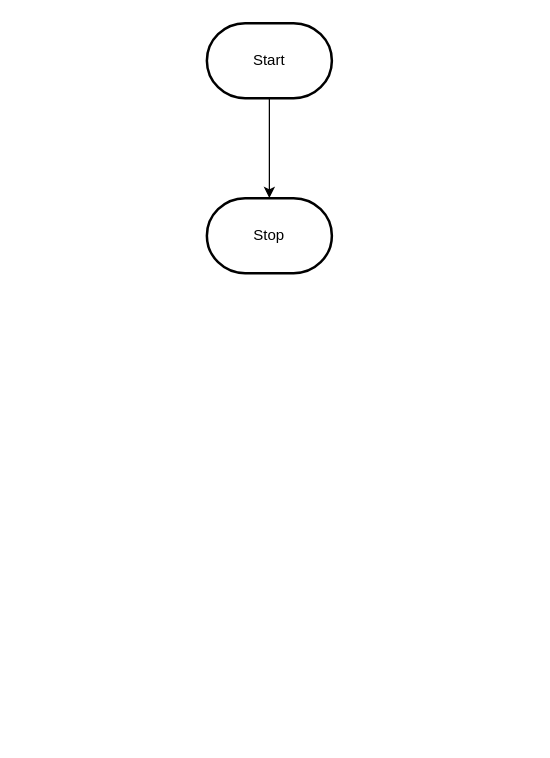
Before: design/flowchart.drawio in MTHS-ICD2O-1-2023/ICD2O-Unit-5-02-pablo-fiallos-granados, a draw.io diagram. Source tidied: cells renumbered, new cells numbered last; positions are measured from the earlier drawing's top-left corner, leaving out a move shared by most shapes. Both pictures are drawn from the tidied source at 125%, with x=0, y=0 at pixel (206, 22).
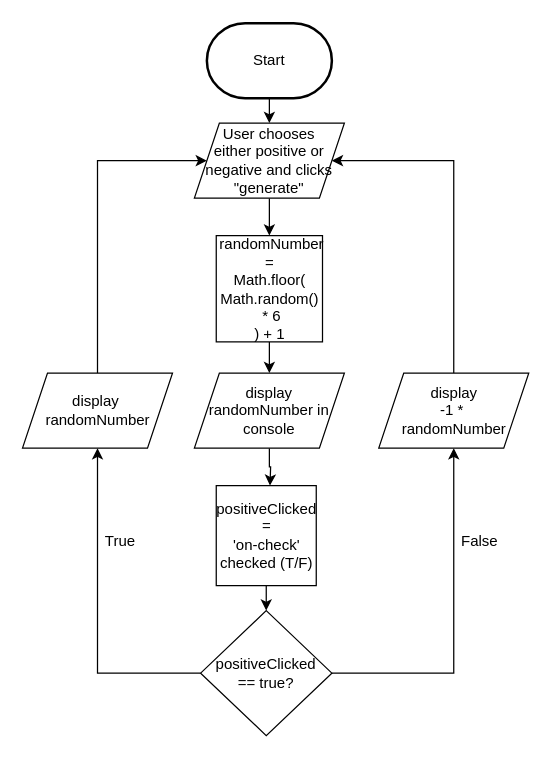
The same diagram, later.

The change refers to these unchanged cells:
```xml
<mxCell id="3" value="Start" style="strokeWidth=2;html=1;shape=mxgraph.flowchart.terminator;whiteSpace=wrap;" parent="1" vertex="1">
  <mxGeometry width="100" height="60" as="geometry" />
</mxCell>
```

What changed in the source:
```diff
@@
-    <mxCell id="2" style="edgeStyle=orthogonalEdgeStyle;html=1;rounded=0;" parent="1" edge="1" source="3" target="4">
+    <mxCell id="2" style="edgeStyle=orthogonalEdgeStyle;html=1;rounded=0;entryX=0.5;entryY=0;entryDx=0;entryDy=0;" parent="1" edge="1" source="3" target="6">
       <mxGeometry relative="1" as="geometry" />
     </mxCell>
@@
-    <mxCell id="4" value="Stop" style="strokeWidth=2;html=1;shape=mxgraph.flowchart.terminator;whiteSpace=wrap;" parent="1" vertex="1">
-      <mxGeometry y="140" width="100" height="60" as="geometry" />
-    </mxCell>
+    <mxCell id="5" style="edgeStyle=orthogonalEdgeStyle;html=1;exitX=0.5;exitY=1;exitDx=0;exitDy=0;entryX=0.5;entryY=0;entryDx=0;entryDy=0;" parent="1" edge="1" source="6" target="8">
+      <mxGeometry relative="1" as="geometry" />
+    </mxCell>
+    <mxCell id="6" value="User chooses&lt;br&gt;either positive or&lt;br&gt;negative and clicks&lt;br&gt;&quot;generate&quot;" style="shape=parallelogram;perimeter=parallelogramPerimeter;whiteSpace=wrap;html=1;fixedSize=1;" parent="1" vertex="1">
+      <mxGeometry x="-10" y="80" width="120" height="60" as="geometry" />
+    </mxCell>
+    <mxCell id="7" style="edgeStyle=orthogonalEdgeStyle;html=1;exitX=0.5;exitY=1;exitDx=0;exitDy=0;entryX=0.5;entryY=0;entryDx=0;entryDy=0;" parent="1" edge="1" source="8" target="10">
+      <mxGeometry relative="1" as="geometry" />
+    </mxCell>
+    <mxCell id="8" value="&amp;nbsp;randomNumber = &lt;br&gt;Math.floor(&lt;br&gt;Math.random()&lt;br&gt;&amp;nbsp;* 6&lt;br&gt;) + 1" style="whiteSpace=wrap;html=1;" parent="1" vertex="1">
+      <mxGeometry x="7.5" y="170" width="85" height="85" as="geometry" />
+    </mxCell>
+    <mxCell id="9" style="edgeStyle=orthogonalEdgeStyle;html=1;exitX=0.5;exitY=1;exitDx=0;exitDy=0;rounded=0;" parent="1" edge="1" source="10">
+      <mxGeometry relative="1" as="geometry">
+        <mxPoint x="50.5" y="370" as="targetPoint" />
+      </mxGeometry>
+    </mxCell>
+    <mxCell id="10" value="display randomNumber in console" style="shape=parallelogram;perimeter=parallelogramPerimeter;whiteSpace=wrap;html=1;fixedSize=1;" parent="1" vertex="1">
+      <mxGeometry x="-10" y="280" width="120" height="60" as="geometry" />
+    </mxCell>
+    <mxCell id="11" style="edgeStyle=orthogonalEdgeStyle;rounded=0;html=1;exitX=0.5;exitY=1;exitDx=0;exitDy=0;entryX=0.5;entryY=0;entryDx=0;entryDy=0;" parent="1" edge="1" source="12" target="15">
+      <mxGeometry relative="1" as="geometry" />
+    </mxCell>
+    <mxCell id="12" value="positiveClicked&lt;br&gt;=&lt;br&gt;'on-check'&lt;br&gt;checked (T/F)" style="whiteSpace=wrap;html=1;" parent="1" vertex="1">
+      <mxGeometry x="7.5" y="370" width="80" height="80" as="geometry" />
+    </mxCell>
+    <mxCell id="13" style="edgeStyle=orthogonalEdgeStyle;rounded=0;html=1;exitX=1;exitY=0.5;exitDx=0;exitDy=0;" parent="1" edge="1" source="15" target="18">
+      <mxGeometry relative="1" as="geometry" />
+    </mxCell>
+    <mxCell id="14" style="edgeStyle=orthogonalEdgeStyle;rounded=0;html=1;exitX=0;exitY=0.5;exitDx=0;exitDy=0;entryX=0.5;entryY=1;entryDx=0;entryDy=0;" parent="1" edge="1" source="15" target="20">
+      <mxGeometry relative="1" as="geometry" />
+    </mxCell>
+    <mxCell id="15" value="positiveClicked&lt;br&gt;== true?" style="rhombus;whiteSpace=wrap;html=1;" parent="1" vertex="1">
+      <mxGeometry x="-5" y="470" width="105" height="100" as="geometry" />
+    </mxCell>
+    <mxCell id="16" value="False" style="text;html=1;align=center;verticalAlign=middle;strokeColor=none;fillColor=none;" parent="1" vertex="1">
+      <mxGeometry x="192.5" y="400" width="50" height="30" as="geometry" />
+    </mxCell>
+    <mxCell id="17" style="edgeStyle=orthogonalEdgeStyle;rounded=0;html=1;exitX=0.5;exitY=0;exitDx=0;exitDy=0;entryX=1;entryY=0.5;entryDx=0;entryDy=0;" parent="1" edge="1" source="18" target="6">
+      <mxGeometry relative="1" as="geometry">
+        <Array as="points">
+          <mxPoint x="197.5" y="110" />
+        </Array>
+      </mxGeometry>
+    </mxCell>
+    <mxCell id="18" value="display&lt;br&gt;-1 *&amp;nbsp;&lt;br&gt;randomNumber" style="shape=parallelogram;perimeter=parallelogramPerimeter;whiteSpace=wrap;html=1;fixedSize=1;" parent="1" vertex="1">
+      <mxGeometry x="137.5" y="280" width="120" height="60" as="geometry" />
+    </mxCell>
+    <mxCell id="19" style="edgeStyle=orthogonalEdgeStyle;rounded=0;html=1;exitX=0.5;exitY=0;exitDx=0;exitDy=0;entryX=0;entryY=0.5;entryDx=0;entryDy=0;" parent="1" edge="1" source="20" target="6">
+      <mxGeometry relative="1" as="geometry">
+        <Array as="points">
+          <mxPoint x="-87.5" y="110" />
+        </Array>
+      </mxGeometry>
+    </mxCell>
+    <mxCell id="20" value="display&amp;nbsp;&lt;br&gt;randomNumber" style="shape=parallelogram;perimeter=parallelogramPerimeter;whiteSpace=wrap;html=1;fixedSize=1;" parent="1" vertex="1">
+      <mxGeometry x="-147.5" y="280" width="120" height="60" as="geometry" />
+    </mxCell>
+    <mxCell id="21" value="True" style="text;html=1;strokeColor=none;fillColor=none;align=center;verticalAlign=middle;whiteSpace=wrap;rounded=0;" parent="1" vertex="1">
+      <mxGeometry x="-99.5" y="400" width="60" height="30" as="geometry" />
+    </mxCell>
```
